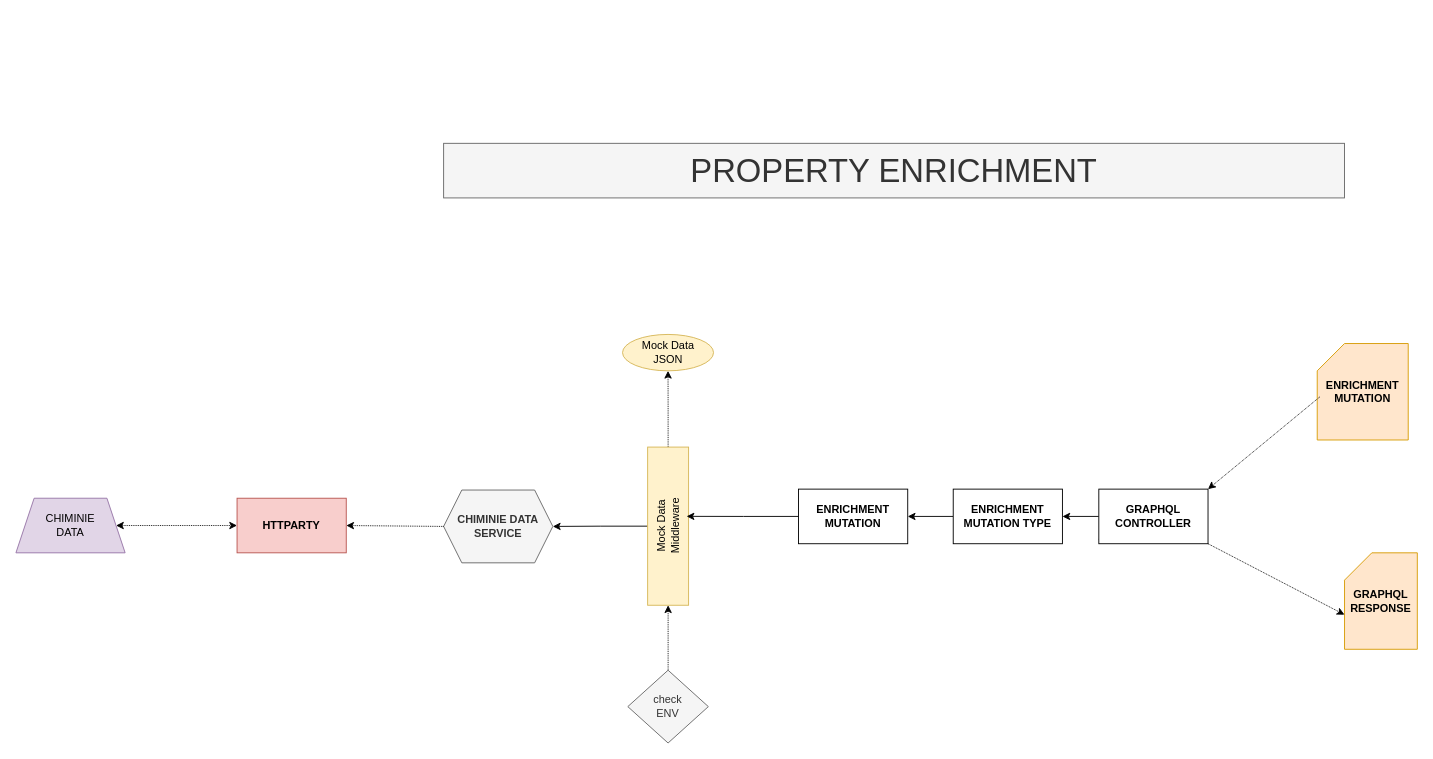
kingsley-ijomah/draw.io keeps this draw.io diagram as page "Enrich Property" (3 of 3) of devops/property-dealer.drawio. Above is the earlier version. Source tidied: cells renumbered, new cells numbered last; positions are measured from the earlier drawing's top-left corner, leaving out a move shared by most shapes. Both pictures are drawn from the tidied source at 91%, with x=0, y=0 at pixel (15, 143).
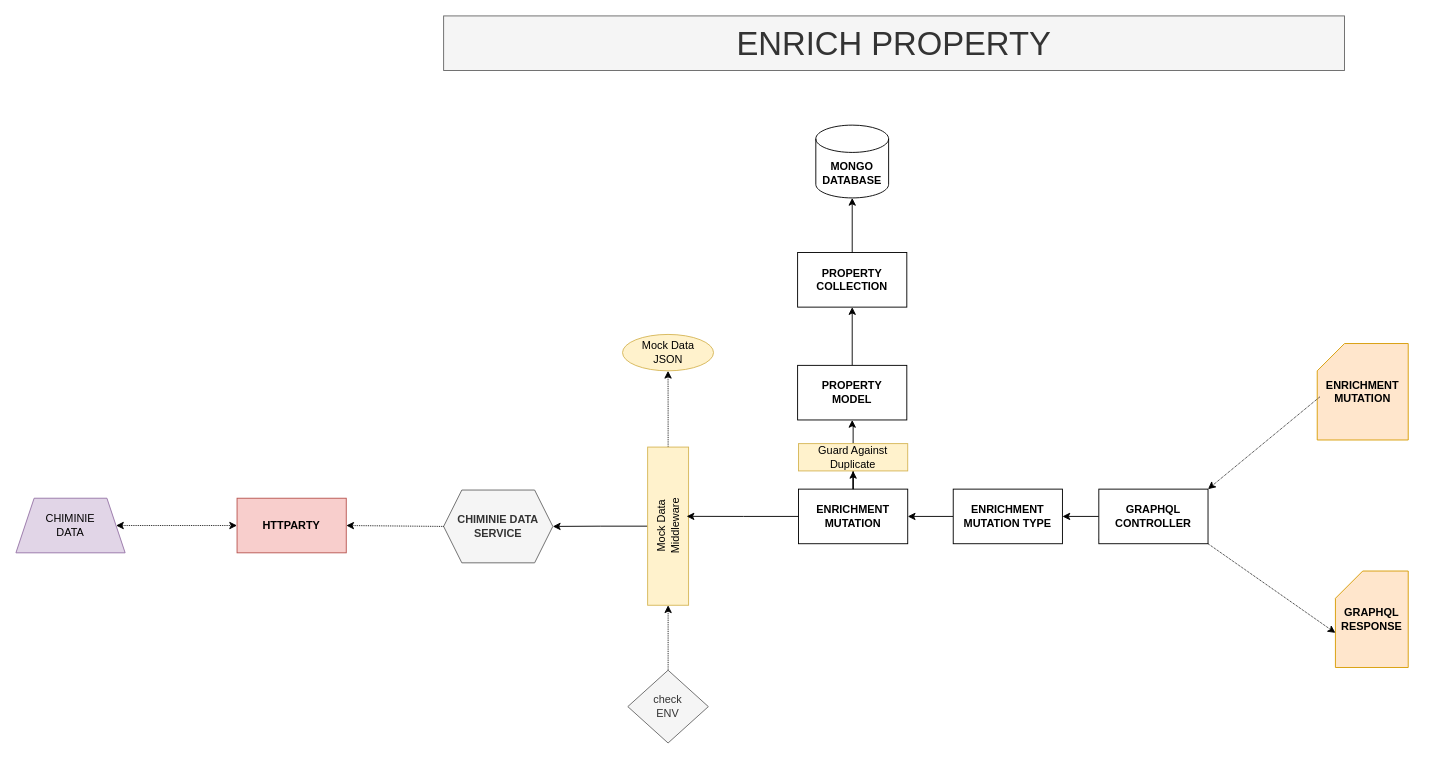
The same page after the edit.

Unchanged cells that the change refers to:
```xml
<mxCell id="22" value="&lt;div&gt;&lt;b style=&quot;background-color: initial;&quot;&gt;ENRICHMENT&lt;/b&gt;&lt;br&gt;&lt;/div&gt;&lt;div&gt;&lt;b&gt;MUTATION&lt;/b&gt;&lt;/div&gt;" style="rounded=0;whiteSpace=wrap;html=1;" parent="1" vertex="1">
  <mxGeometry x="860" y="380" width="120" height="60" as="geometry" />
</mxCell>
```

What changed in the source:
```diff
@@
-    <mxCell id="2" value="&lt;font style=&quot;font-size: 36px;&quot;&gt;PROPERTY ENRICHMENT&lt;/font&gt;" style="rounded=0;whiteSpace=wrap;html=1;fillColor=#f5f5f5;fontColor=#333333;strokeColor=#666666;" parent="1" vertex="1">
-      <mxGeometry x="470" width="990" height="60" as="geometry" />
+    <mxCell id="2" value="&lt;font style=&quot;font-size: 36px;&quot;&gt;ENRICH PROPERTY&lt;/font&gt;" style="rounded=0;whiteSpace=wrap;html=1;fillColor=#f5f5f5;fontColor=#333333;strokeColor=#666666;" parent="1" vertex="1">
+      <mxGeometry x="470" y="-140" width="990" height="60" as="geometry" />
     </mxCell>
@@
     <mxCell id="8" value="&lt;b&gt;GRAPHQL&lt;/b&gt;&lt;div&gt;&lt;b&gt;RESPONSE&lt;/b&gt;&lt;/div&gt;" style="shape=card;whiteSpace=wrap;html=1;fillColor=#ffe6cc;strokeColor=#d79b00;" parent="1" vertex="1">
-      <mxGeometry x="1460" y="450" width="80" height="106" as="geometry" />
+      <mxGeometry x="1450" y="470" width="80" height="106" as="geometry" />
     </mxCell>
@@
+    <mxCell id="25" style="edgeStyle=orthogonalEdgeStyle;rounded=0;jettySize=auto;html=1;entryX=0.5;entryY=1;entryDx=0;entryDy=0;" parent="1" edge="1" source="32" target="27">
+      <mxGeometry relative="1" as="geometry" />
+    </mxCell>
@@
+    <mxCell id="26" style="edgeStyle=orthogonalEdgeStyle;rounded=0;jettySize=auto;html=1;entryX=0.5;entryY=1;entryDx=0;entryDy=0;" parent="1" edge="1" source="27" target="28">
+      <mxGeometry relative="1" as="geometry" />
+    </mxCell>
+    <mxCell id="27" value="&lt;div&gt;&lt;b&gt;PROPERTY&lt;/b&gt;&lt;/div&gt;&lt;div&gt;&lt;b&gt;MODEL&lt;/b&gt;&lt;/div&gt;" style="rounded=0;whiteSpace=wrap;html=1;" parent="1" vertex="1">
+      <mxGeometry x="859" y="244" width="120" height="60" as="geometry" />
+    </mxCell>
+    <mxCell id="28" value="&lt;div&gt;&lt;b&gt;PROPERTY&lt;/b&gt;&lt;/div&gt;&lt;div&gt;&lt;b&gt;COLLECTION&lt;/b&gt;&lt;/div&gt;" style="rounded=0;whiteSpace=wrap;html=1;" parent="1" vertex="1">
+      <mxGeometry x="859" y="120" width="120" height="60" as="geometry" />
+    </mxCell>
+    <mxCell id="29" value="&lt;b&gt;MONGO&lt;/b&gt;&lt;div&gt;&lt;b&gt;DATABASE&lt;/b&gt;&lt;/div&gt;" style="shape=cylinder3;whiteSpace=wrap;html=1;boundedLbl=1;backgroundOutline=1;size=15;" parent="1" vertex="1">
+      <mxGeometry x="879" y="-20" width="80" height="80" as="geometry" />
+    </mxCell>
+    <mxCell id="30" style="edgeStyle=orthogonalEdgeStyle;rounded=0;jettySize=auto;html=1;entryX=0.5;entryY=1;entryDx=0;entryDy=0;entryPerimeter=0;" parent="1" edge="1" source="28" target="29">
+      <mxGeometry relative="1" as="geometry" />
+    </mxCell>
+    <mxCell id="31" style="edgeStyle=orthogonalEdgeStyle;rounded=0;jettySize=auto;html=1;entryX=0.5;entryY=1;entryDx=0;entryDy=0;" parent="1" edge="1" source="22" target="32">
+      <mxGeometry relative="1" as="geometry" />
+    </mxCell>
+    <mxCell id="32" value="&lt;div&gt;Guard Against&lt;/div&gt;&lt;div&gt;Duplicate&lt;/div&gt;" style="rounded=0;whiteSpace=wrap;html=1;fillColor=#fff2cc;strokeColor=#d6b656;" parent="1" vertex="1">
+      <mxGeometry x="860" y="330" width="120" height="30" as="geometry" />
+    </mxCell>
```
